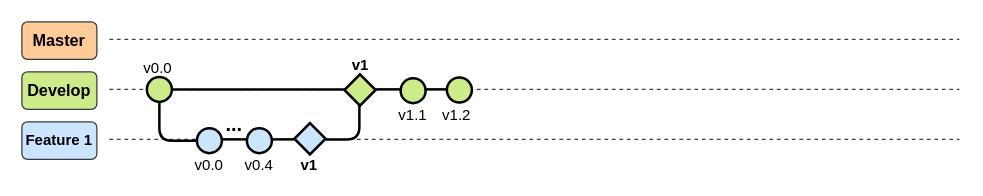
The draw.io diagram page "Develop" (2 of 3) of 03_ImagenesRepo/01_GitFlow.drawio in LEOSZ8/Tesis_Msc_LSZ, before the edit. Source tidied: cells renumbered, new cells numbered last; positions are measured from the earlier drawing's top-left corner, leaving out a move shared by most shapes. Both pictures are drawn from the tidied source at 125%, with x=0, y=0 at pixel (21, 21).
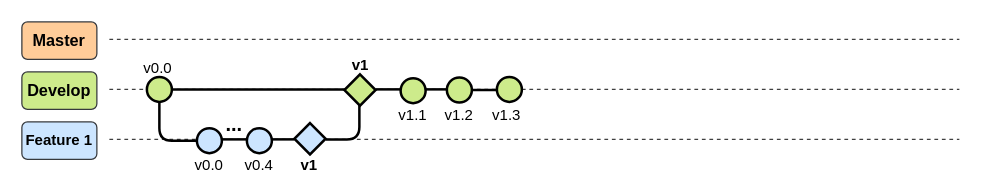
After the change.

Unchanged cells that the change refers to:
```xml
<mxCell id="28" style="ellipse;whiteSpace=wrap;html=1;fillColor=#CDEB8B;strokeColor=#000000;strokeWidth=2;" parent="1" vertex="1">
  <mxGeometry x="340" y="44.5" width="20" height="20" as="geometry" />
</mxCell>
```

The edit, as a diff of the source:
```diff
@@
+    <mxCell id="30" style="edgeStyle=orthogonalEdgeStyle;rounded=0;jettySize=auto;html=1;endArrow=none;endFill=0;strokeWidth=2;" parent="1" edge="1" source="28" target="31">
+      <mxGeometry relative="1" as="geometry" />
+    </mxCell>
@@
     <mxCell id="29" value="v1.2" style="text;html=1;align=center;verticalAlign=middle;whiteSpace=wrap;rounded=0;" parent="1" vertex="1">
-      <mxGeometry x="333" y="70" width="30" height="10" as="geometry" />
+      <mxGeometry x="335" y="70" width="30" height="10" as="geometry" />
     </mxCell>
+    <mxCell id="31" style="ellipse;whiteSpace=wrap;html=1;fillColor=#CDEB8B;strokeColor=#000000;strokeWidth=2;" parent="1" vertex="1">
+      <mxGeometry x="380" y="44" width="20" height="20" as="geometry" />
+    </mxCell>
+    <mxCell id="32" value="v1.3" style="text;html=1;align=center;verticalAlign=middle;whiteSpace=wrap;rounded=0;" parent="1" vertex="1">
+      <mxGeometry x="373" y="70" width="30" height="10" as="geometry" />
+    </mxCell>
```
